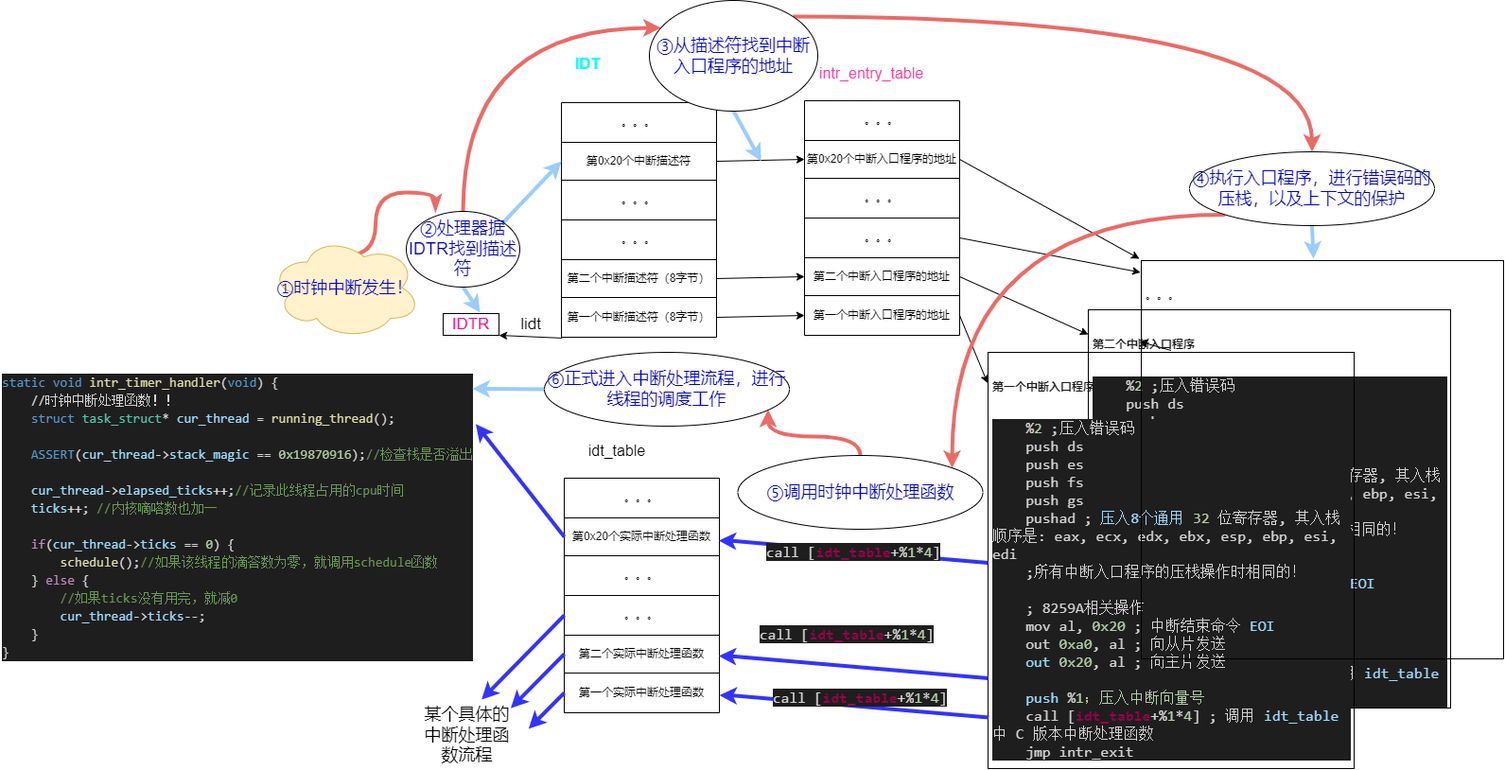
The draw.io diagram OS/中断.drawio.png in SixPlusAndTimes/drawio, before a commit. Source tidied: cells renumbered, new cells last; positions are measured from the earlier drawing's top-left corner, leaving out a move shared by most shapes.
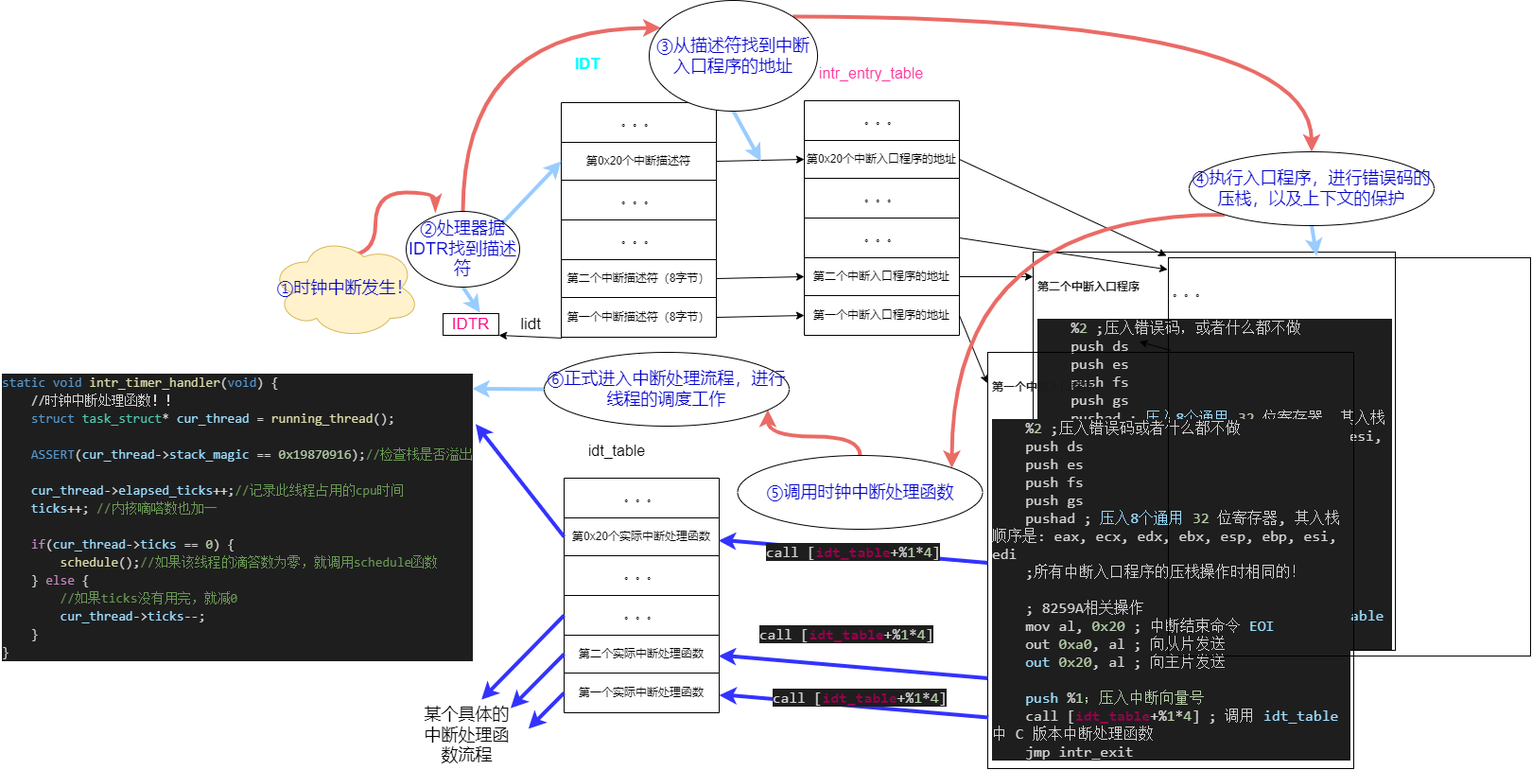
After the commit.

What changed in the source:
```diff
@@ -2,8 +2,8 @@
   <root>
     <mxCell id="0" />
     <mxCell id="1" parent="0" />
-    <mxCell id="2" value="&lt;h1 style=&quot;&quot;&gt;&lt;font color=&quot;#1a1a1a&quot; style=&quot;font-size: 11px;&quot;&gt;第二个中断入口程序&lt;/font&gt;&lt;/h1&gt;&lt;div style=&quot;color: rgb(212, 212, 212); background-color: rgb(30, 30, 30); font-family: Consolas, &amp;quot;Courier New&amp;quot;, monospace; line-height: 19px;&quot;&gt;&lt;div style=&quot;&quot;&gt;&lt;font size=&quot;3&quot; style=&quot;&quot;&gt;&lt;span style=&quot;&quot;&gt;&amp;nbsp; &amp;nbsp; %&lt;/span&gt;&lt;span style=&quot;color: rgb(181, 206, 168);&quot;&gt;2&lt;/span&gt;&lt;span style=&quot;&quot;&gt; ;压入错误码&lt;/span&gt;&lt;/font&gt;&lt;/div&gt;&lt;div style=&quot;&quot;&gt;&lt;font size=&quot;3&quot; style=&quot;&quot;&gt;&amp;nbsp; &amp;nbsp; push ds&lt;br&gt;&lt;/font&gt;&lt;/div&gt;&lt;div style=&quot;&quot;&gt;&lt;font size=&quot;3&quot; style=&quot;&quot;&gt;&amp;nbsp; &amp;nbsp; push es&lt;/font&gt;&lt;/div&gt;&lt;div style=&quot;&quot;&gt;&lt;font size=&quot;3&quot; style=&quot;&quot;&gt;&amp;nbsp; &amp;nbsp; push fs&lt;/font&gt;&lt;/div&gt;&lt;div style=&quot;&quot;&gt;&lt;font size=&quot;3&quot; style=&quot;&quot;&gt;&amp;nbsp; &amp;nbsp; push gs&lt;/font&gt;&lt;/div&gt;&lt;div style=&quot;&quot;&gt;&lt;font size=&quot;3&quot; style=&quot;&quot;&gt;&amp;nbsp; &amp;nbsp; pushad ; &lt;span style=&quot;color: #9cdcfe;&quot;&gt;压入8个通用&lt;/span&gt; &lt;span style=&quot;color: #b5cea8;&quot;&gt;32&lt;/span&gt; 位寄存器, 其入栈顺序是: eax, ecx, edx, ebx, esp, ebp, esi, edi&lt;/font&gt;&lt;/div&gt;&lt;div style=&quot;&quot;&gt;&amp;nbsp; &amp;nbsp; ;所有中断入口程序的压栈操作时相同的！&lt;/div&gt;&lt;font size=&quot;3&quot; style=&quot;&quot;&gt;&lt;br&gt;&lt;/font&gt;&lt;div style=&quot;&quot;&gt;&lt;font size=&quot;3&quot; style=&quot;&quot;&gt;&amp;nbsp; &amp;nbsp; ; 8259A相关操作&lt;/font&gt;&lt;/div&gt;&lt;div style=&quot;&quot;&gt;&lt;font size=&quot;3&quot; style=&quot;&quot;&gt;&amp;nbsp; &amp;nbsp; mov al, &lt;span style=&quot;color: #b5cea8;&quot;&gt;0x20&lt;/span&gt; ; 中断结束命令 &lt;span style=&quot;color: #9cdcfe;&quot;&gt;EOI&lt;/span&gt;&lt;/font&gt;&lt;/div&gt;&lt;div style=&quot;&quot;&gt;&lt;font size=&quot;3&quot; style=&quot;&quot;&gt;&amp;nbsp; &amp;nbsp; out &lt;span style=&quot;color: #b5cea8;&quot;&gt;0xa0&lt;/span&gt;, al ; 向从片发送&lt;/font&gt;&lt;/div&gt;&lt;div style=&quot;&quot;&gt;&lt;font size=&quot;3&quot; style=&quot;&quot;&gt;&amp;nbsp; &amp;nbsp; &lt;span style=&quot;color: #9cdcfe;&quot;&gt;out&lt;/span&gt; &lt;span style=&quot;color: #b5cea8;&quot;&gt;0x20&lt;/span&gt;, al ; 向主片发送&lt;/font&gt;&lt;/div&gt;&lt;font size=&quot;3&quot; style=&quot;&quot;&gt;&lt;br&gt;&lt;/font&gt;&lt;div style=&quot;&quot;&gt;&lt;font size=&quot;3&quot; style=&quot;&quot;&gt;&amp;nbsp; &amp;nbsp; &lt;span style=&quot;color: #9cdcfe;&quot;&gt;push&lt;/span&gt; %&lt;span style=&quot;color: #b5cea8;&quot;&gt;1；压入中断向量号&lt;/span&gt;&lt;/font&gt;&lt;/div&gt;&lt;div style=&quot;&quot;&gt;&lt;font size=&quot;3&quot; style=&quot;&quot;&gt;&amp;nbsp; &amp;nbsp; call [idt_table+%&lt;span style=&quot;color: #b5cea8;&quot;&gt;1&lt;/span&gt;*&lt;span style=&quot;color: #b5cea8;&quot;&gt;4&lt;/span&gt;] ; 调用 &lt;span style=&quot;color: #9cdcfe;&quot;&gt;idt_table&lt;/span&gt; 中 C 版本中断处理函数&lt;/font&gt;&lt;/div&gt;&lt;div style=&quot;&quot;&gt;&lt;font size=&quot;3&quot; style=&quot;&quot;&gt;&amp;nbsp; &amp;nbsp; jmp intr_exit&lt;/font&gt;&lt;/div&gt;&lt;/div&gt;" style="text;html=1;strokeColor=default;fillColor=none;spacing=5;spacingTop=-20;whiteSpace=wrap;overflow=hidden;rounded=0;fontSize=16;fontColor=#FF3399;perimeterSpacing=2;strokeWidth=1;" parent="1" vertex="1">
-      <mxGeometry x="1150" y="327" width="383" height="421" as="geometry" />
+    <mxCell id="2" value="&lt;h1 style=&quot;&quot;&gt;&lt;font color=&quot;#1a1a1a&quot; style=&quot;font-size: 11px;&quot;&gt;第二个中断入口程序&lt;/font&gt;&lt;/h1&gt;&lt;div style=&quot;color: rgb(212, 212, 212); background-color: rgb(30, 30, 30); font-family: Consolas, &amp;quot;Courier New&amp;quot;, monospace; line-height: 19px;&quot;&gt;&lt;div style=&quot;&quot;&gt;&lt;font size=&quot;3&quot; style=&quot;&quot;&gt;&lt;span style=&quot;&quot;&gt;&amp;nbsp; &amp;nbsp; %&lt;/span&gt;&lt;span style=&quot;color: rgb(181, 206, 168);&quot;&gt;2&lt;/span&gt;&lt;span style=&quot;&quot;&gt; ;压入错误码，或者什么都不做&lt;/span&gt;&lt;/font&gt;&lt;/div&gt;&lt;div style=&quot;&quot;&gt;&lt;font size=&quot;3&quot; style=&quot;&quot;&gt;&amp;nbsp; &amp;nbsp; push ds&lt;br&gt;&lt;/font&gt;&lt;/div&gt;&lt;div style=&quot;&quot;&gt;&lt;font size=&quot;3&quot; style=&quot;&quot;&gt;&amp;nbsp; &amp;nbsp; push es&lt;/font&gt;&lt;/div&gt;&lt;div style=&quot;&quot;&gt;&lt;font size=&quot;3&quot; style=&quot;&quot;&gt;&amp;nbsp; &amp;nbsp; push fs&lt;/font&gt;&lt;/div&gt;&lt;div style=&quot;&quot;&gt;&lt;font size=&quot;3&quot; style=&quot;&quot;&gt;&amp;nbsp; &amp;nbsp; push gs&lt;/font&gt;&lt;/div&gt;&lt;div style=&quot;&quot;&gt;&lt;font size=&quot;3&quot; style=&quot;&quot;&gt;&amp;nbsp; &amp;nbsp; pushad ; &lt;span style=&quot;color: #9cdcfe;&quot;&gt;压入8个通用&lt;/span&gt; &lt;span style=&quot;color: #b5cea8;&quot;&gt;32&lt;/span&gt; 位寄存器, 其入栈顺序是: eax, ecx, edx, ebx, esp, ebp, esi, edi&lt;/font&gt;&lt;/div&gt;&lt;div style=&quot;&quot;&gt;&amp;nbsp; &amp;nbsp; ;所有中断入口程序的压栈操作时相同的！&lt;/div&gt;&lt;font size=&quot;3&quot; style=&quot;&quot;&gt;&lt;br&gt;&lt;/font&gt;&lt;div style=&quot;&quot;&gt;&lt;font size=&quot;3&quot; style=&quot;&quot;&gt;&amp;nbsp; &amp;nbsp; ; 8259A相关操作&lt;/font&gt;&lt;/div&gt;&lt;div style=&quot;&quot;&gt;&lt;font size=&quot;3&quot; style=&quot;&quot;&gt;&amp;nbsp; &amp;nbsp; mov al, &lt;span style=&quot;color: #b5cea8;&quot;&gt;0x20&lt;/span&gt; ; 中断结束命令 &lt;span style=&quot;color: #9cdcfe;&quot;&gt;EOI&lt;/span&gt;&lt;/font&gt;&lt;/div&gt;&lt;div style=&quot;&quot;&gt;&lt;font size=&quot;3&quot; style=&quot;&quot;&gt;&amp;nbsp; &amp;nbsp; out &lt;span style=&quot;color: #b5cea8;&quot;&gt;0xa0&lt;/span&gt;, al ; 向从片发送&lt;/font&gt;&lt;/div&gt;&lt;div style=&quot;&quot;&gt;&lt;font size=&quot;3&quot; style=&quot;&quot;&gt;&amp;nbsp; &amp;nbsp; &lt;span style=&quot;color: #9cdcfe;&quot;&gt;out&lt;/span&gt; &lt;span style=&quot;color: #b5cea8;&quot;&gt;0x20&lt;/span&gt;, al ; 向主片发送&lt;/font&gt;&lt;/div&gt;&lt;font size=&quot;3&quot; style=&quot;&quot;&gt;&lt;br&gt;&lt;/font&gt;&lt;div style=&quot;&quot;&gt;&lt;font size=&quot;3&quot; style=&quot;&quot;&gt;&amp;nbsp; &amp;nbsp; &lt;span style=&quot;color: #9cdcfe;&quot;&gt;push&lt;/span&gt; %&lt;span style=&quot;color: #b5cea8;&quot;&gt;1；压入中断向量号&lt;/span&gt;&lt;/font&gt;&lt;/div&gt;&lt;div style=&quot;&quot;&gt;&lt;font size=&quot;3&quot; style=&quot;&quot;&gt;&amp;nbsp; &amp;nbsp; call [idt_table+%&lt;span style=&quot;color: #b5cea8;&quot;&gt;1&lt;/span&gt;*&lt;span style=&quot;color: #b5cea8;&quot;&gt;4&lt;/span&gt;] ; 调用 &lt;span style=&quot;color: #9cdcfe;&quot;&gt;idt_table&lt;/span&gt; 中 C 版本中断处理函数&lt;/font&gt;&lt;/div&gt;&lt;div style=&quot;&quot;&gt;&lt;font size=&quot;3&quot; style=&quot;&quot;&gt;&amp;nbsp; &amp;nbsp; jmp intr_exit；&lt;/font&gt;&lt;/div&gt;&lt;/div&gt;" style="text;html=1;strokeColor=default;fillColor=none;spacing=5;spacingTop=-20;whiteSpace=wrap;overflow=hidden;rounded=0;fontSize=16;fontColor=#FF3399;perimeterSpacing=2;strokeWidth=1;" parent="1" vertex="1">
+      <mxGeometry x="1092" y="266" width="383" height="421" as="geometry" />
     </mxCell>
     <mxCell id="3" style="shape=table;startSize=0;" parent="1" vertex="1">
       <mxGeometry x="593" y="108" width="164" height="248" as="geometry" />
@@ -104,7 +104,7 @@
     <mxCell id="35" style="edgeStyle=none;rounded=0;jettySize=auto;html=1;exitX=1;exitY=0.5;exitDx=0;exitDy=0;entryX=0;entryY=0.5;entryDx=0;entryDy=0;fontSize=16;fontColor=#FF3399;" parent="1" edge="1" source="12" target="29">
       <mxGeometry relative="1" as="geometry" />
     </mxCell>
-    <mxCell id="36" value="&lt;h1 style=&quot;&quot;&gt;&lt;font color=&quot;#1a1a1a&quot; style=&quot;font-size: 11px;&quot;&gt;第一个中断入口程序&lt;/font&gt;&lt;/h1&gt;&lt;div style=&quot;background-color: rgb(30, 30, 30); font-family: Consolas, &amp;quot;Courier New&amp;quot;, monospace; line-height: 19px;&quot;&gt;&lt;div style=&quot;color: rgb(212, 212, 212);&quot;&gt;&lt;font size=&quot;3&quot; style=&quot;&quot;&gt;&lt;span style=&quot;&quot;&gt;&amp;nbsp; &amp;nbsp; %&lt;/span&gt;&lt;span style=&quot;color: rgb(181, 206, 168);&quot;&gt;2&lt;/span&gt;&lt;span style=&quot;&quot;&gt; ;压入错误码&lt;/span&gt;&lt;/font&gt;&lt;/div&gt;&lt;div style=&quot;color: rgb(212, 212, 212);&quot;&gt;&lt;font size=&quot;3&quot; style=&quot;&quot;&gt;&amp;nbsp; &amp;nbsp; push ds&lt;br&gt;&lt;/font&gt;&lt;/div&gt;&lt;div style=&quot;color: rgb(212, 212, 212);&quot;&gt;&lt;font size=&quot;3&quot; style=&quot;&quot;&gt;&amp;nbsp; &amp;nbsp; push es&lt;/font&gt;&lt;/div&gt;&lt;div style=&quot;color: rgb(212, 212, 212);&quot;&gt;&lt;font size=&quot;3&quot; style=&quot;&quot;&gt;&amp;nbsp; &amp;nbsp; push fs&lt;/font&gt;&lt;/div&gt;&lt;div style=&quot;color: rgb(212, 212, 212);&quot;&gt;&lt;font size=&quot;3&quot; style=&quot;&quot;&gt;&amp;nbsp; &amp;nbsp; push gs&lt;/font&gt;&lt;/div&gt;&lt;div style=&quot;color: rgb(212, 212, 212);&quot;&gt;&lt;font size=&quot;3&quot; style=&quot;&quot;&gt;&amp;nbsp; &amp;nbsp; pushad ; &lt;span style=&quot;color: #9cdcfe;&quot;&gt;压入8个通用&lt;/span&gt; &lt;span style=&quot;color: #b5cea8;&quot;&gt;32&lt;/span&gt; 位寄存器, 其入栈顺序是: eax, ecx, edx, ebx, esp, ebp, esi, edi&lt;/font&gt;&lt;/div&gt;&lt;div style=&quot;color: rgb(212, 212, 212);&quot;&gt;&amp;nbsp; &amp;nbsp; ;所有中断入口程序的压栈操作时相同的！&lt;/div&gt;&lt;font size=&quot;3&quot; style=&quot;color: rgb(212, 212, 212);&quot;&gt;&lt;br&gt;&lt;/font&gt;&lt;div style=&quot;color: rgb(212, 212, 212);&quot;&gt;&lt;font size=&quot;3&quot; style=&quot;&quot;&gt;&amp;nbsp; &amp;nbsp; ; 8259A相关操作&lt;/font&gt;&lt;/div&gt;&lt;div style=&quot;color: rgb(212, 212, 212);&quot;&gt;&lt;font size=&quot;3&quot; style=&quot;&quot;&gt;&amp;nbsp; &amp;nbsp; mov al, &lt;span style=&quot;color: #b5cea8;&quot;&gt;0x20&lt;/span&gt; ; 中断结束命令 &lt;span style=&quot;color: #9cdcfe;&quot;&gt;EOI&lt;/span&gt;&lt;/font&gt;&lt;/div&gt;&lt;div style=&quot;color: rgb(212, 212, 212);&quot;&gt;&lt;font size=&quot;3&quot; style=&quot;&quot;&gt;&amp;nbsp; &amp;nbsp; out &lt;span style=&quot;color: #b5cea8;&quot;&gt;0xa0&lt;/span&gt;, al ; 向从片发送&lt;/font&gt;&lt;/div&gt;&lt;div style=&quot;color: rgb(212, 212, 212);&quot;&gt;&lt;font size=&quot;3&quot; style=&quot;&quot;&gt;&amp;nbsp; &amp;nbsp; &lt;span style=&quot;color: #9cdcfe;&quot;&gt;out&lt;/span&gt; &lt;span style=&quot;color: #b5cea8;&quot;&gt;0x20&lt;/span&gt;, al ; 向主片发送&lt;/font&gt;&lt;/div&gt;&lt;font size=&quot;3&quot; style=&quot;color: rgb(212, 212, 212);&quot;&gt;&lt;br&gt;&lt;/font&gt;&lt;div style=&quot;color: rgb(212, 212, 212);&quot;&gt;&lt;font size=&quot;3&quot; style=&quot;&quot;&gt;&amp;nbsp; &amp;nbsp; &lt;span style=&quot;color: #9cdcfe;&quot;&gt;push&lt;/span&gt; %&lt;span style=&quot;color: #b5cea8;&quot;&gt;1；压入中断向量号&lt;/span&gt;&lt;/font&gt;&lt;/div&gt;&lt;div style=&quot;&quot;&gt;&lt;font size=&quot;3&quot; style=&quot;&quot;&gt;&lt;font color=&quot;#d4d4d4&quot;&gt;&amp;nbsp; &amp;nbsp; call [&lt;/font&gt;&lt;b style=&quot;&quot;&gt;&lt;font color=&quot;#99004d&quot;&gt;idt_table&lt;/font&gt;&lt;/b&gt;&lt;font color=&quot;#d4d4d4&quot;&gt;+%&lt;/font&gt;&lt;span style=&quot;color: rgb(181, 206, 168);&quot;&gt;1&lt;/span&gt;&lt;font color=&quot;#d4d4d4&quot;&gt;*&lt;/font&gt;&lt;span style=&quot;color: rgb(181, 206, 168);&quot;&gt;4&lt;/span&gt;&lt;font color=&quot;#d4d4d4&quot;&gt;] ; 调用 &lt;/font&gt;&lt;span style=&quot;color: rgb(156, 220, 254);&quot;&gt;idt_table&lt;/span&gt;&lt;font color=&quot;#d4d4d4&quot;&gt; 中 C 版本中断处理函数&lt;/font&gt;&lt;/font&gt;&lt;/div&gt;&lt;div style=&quot;color: rgb(212, 212, 212);&quot;&gt;&lt;font size=&quot;3&quot; style=&quot;&quot;&gt;&amp;nbsp; &amp;nbsp; jmp intr_exit&lt;/font&gt;&lt;/div&gt;&lt;/div&gt;" style="text;html=1;strokeColor=default;fillColor=none;spacing=5;spacingTop=-20;whiteSpace=wrap;overflow=hidden;rounded=0;fontSize=16;fontColor=#FF3399;perimeterSpacing=2;strokeWidth=1;" parent="1" vertex="1">
+    <mxCell id="36" value="&lt;h1 style=&quot;&quot;&gt;&lt;font color=&quot;#1a1a1a&quot; style=&quot;font-size: 11px;&quot;&gt;第一个中断入口程序&lt;/font&gt;&lt;/h1&gt;&lt;div style=&quot;background-color: rgb(30, 30, 30); font-family: Consolas, &amp;quot;Courier New&amp;quot;, monospace; line-height: 19px;&quot;&gt;&lt;div style=&quot;color: rgb(212, 212, 212);&quot;&gt;&lt;font size=&quot;3&quot; style=&quot;&quot;&gt;&lt;span style=&quot;&quot;&gt;&amp;nbsp; &amp;nbsp; %&lt;/span&gt;&lt;span style=&quot;color: rgb(181, 206, 168);&quot;&gt;2&lt;/span&gt;&lt;span style=&quot;&quot;&gt; ;压入错误码或者什么都不做&lt;/span&gt;&lt;/font&gt;&lt;/div&gt;&lt;div style=&quot;color: rgb(212, 212, 212);&quot;&gt;&lt;font size=&quot;3&quot; style=&quot;&quot;&gt;&amp;nbsp; &amp;nbsp; push ds&lt;br&gt;&lt;/font&gt;&lt;/div&gt;&lt;div style=&quot;color: rgb(212, 212, 212);&quot;&gt;&lt;font size=&quot;3&quot; style=&quot;&quot;&gt;&amp;nbsp; &amp;nbsp; push es&lt;/font&gt;&lt;/div&gt;&lt;div style=&quot;color: rgb(212, 212, 212);&quot;&gt;&lt;font size=&quot;3&quot; style=&quot;&quot;&gt;&amp;nbsp; &amp;nbsp; push fs&lt;/font&gt;&lt;/div&gt;&lt;div style=&quot;color: rgb(212, 212, 212);&quot;&gt;&lt;font size=&quot;3&quot; style=&quot;&quot;&gt;&amp;nbsp; &amp;nbsp; push gs&lt;/font&gt;&lt;/div&gt;&lt;div style=&quot;color: rgb(212, 212, 212);&quot;&gt;&lt;font size=&quot;3&quot; style=&quot;&quot;&gt;&amp;nbsp; &amp;nbsp; pushad ; &lt;span style=&quot;color: #9cdcfe;&quot;&gt;压入8个通用&lt;/span&gt; &lt;span style=&quot;color: #b5cea8;&quot;&gt;32&lt;/span&gt; 位寄存器, 其入栈顺序是: eax, ecx, edx, ebx, esp, ebp, esi, edi&lt;/font&gt;&lt;/div&gt;&lt;div style=&quot;color: rgb(212, 212, 212);&quot;&gt;&amp;nbsp; &amp;nbsp; ;所有中断入口程序的压栈操作时相同的！&lt;/div&gt;&lt;font size=&quot;3&quot; style=&quot;color: rgb(212, 212, 212);&quot;&gt;&lt;br&gt;&lt;/font&gt;&lt;div style=&quot;color: rgb(212, 212, 212);&quot;&gt;&lt;font size=&quot;3&quot; style=&quot;&quot;&gt;&amp;nbsp; &amp;nbsp; ; 8259A相关操作&lt;/font&gt;&lt;/div&gt;&lt;div style=&quot;color: rgb(212, 212, 212);&quot;&gt;&lt;font size=&quot;3&quot; style=&quot;&quot;&gt;&amp;nbsp; &amp;nbsp; mov al, &lt;span style=&quot;color: #b5cea8;&quot;&gt;0x20&lt;/span&gt; ; 中断结束命令 &lt;span style=&quot;color: #9cdcfe;&quot;&gt;EOI&lt;/span&gt;&lt;/font&gt;&lt;/div&gt;&lt;div style=&quot;color: rgb(212, 212, 212);&quot;&gt;&lt;font size=&quot;3&quot; style=&quot;&quot;&gt;&amp;nbsp; &amp;nbsp; out &lt;span style=&quot;color: #b5cea8;&quot;&gt;0xa0&lt;/span&gt;, al ; 向从片发送&lt;/font&gt;&lt;/div&gt;&lt;div style=&quot;color: rgb(212, 212, 212);&quot;&gt;&lt;font size=&quot;3&quot; style=&quot;&quot;&gt;&amp;nbsp; &amp;nbsp; &lt;span style=&quot;color: #9cdcfe;&quot;&gt;out&lt;/span&gt; &lt;span style=&quot;color: #b5cea8;&quot;&gt;0x20&lt;/span&gt;, al ; 向主片发送&lt;/font&gt;&lt;/div&gt;&lt;font size=&quot;3&quot; style=&quot;color: rgb(212, 212, 212);&quot;&gt;&lt;br&gt;&lt;/font&gt;&lt;div style=&quot;color: rgb(212, 212, 212);&quot;&gt;&lt;font size=&quot;3&quot; style=&quot;&quot;&gt;&amp;nbsp; &amp;nbsp; &lt;span style=&quot;color: #9cdcfe;&quot;&gt;push&lt;/span&gt; %&lt;span style=&quot;color: #b5cea8;&quot;&gt;1；压入中断向量号&lt;/span&gt;&lt;/font&gt;&lt;/div&gt;&lt;div style=&quot;&quot;&gt;&lt;font size=&quot;3&quot; style=&quot;&quot;&gt;&lt;font color=&quot;#d4d4d4&quot;&gt;&amp;nbsp; &amp;nbsp; call [&lt;/font&gt;&lt;b style=&quot;&quot;&gt;&lt;font color=&quot;#99004d&quot;&gt;idt_table&lt;/font&gt;&lt;/b&gt;&lt;font color=&quot;#d4d4d4&quot;&gt;+%&lt;/font&gt;&lt;span style=&quot;color: rgb(181, 206, 168);&quot;&gt;1&lt;/span&gt;&lt;font color=&quot;#d4d4d4&quot;&gt;*&lt;/font&gt;&lt;span style=&quot;color: rgb(181, 206, 168);&quot;&gt;4&lt;/span&gt;&lt;font color=&quot;#d4d4d4&quot;&gt;] ; 调用 &lt;/font&gt;&lt;span style=&quot;color: rgb(156, 220, 254);&quot;&gt;idt_table&lt;/span&gt;&lt;font color=&quot;#d4d4d4&quot;&gt; 中 C 版本中断处理函数&lt;/font&gt;&lt;/font&gt;&lt;/div&gt;&lt;div style=&quot;color: rgb(212, 212, 212);&quot;&gt;&lt;font size=&quot;3&quot; style=&quot;&quot;&gt;&amp;nbsp; &amp;nbsp; jmp intr_exit&lt;/font&gt;&lt;/div&gt;&lt;/div&gt;" style="text;html=1;strokeColor=default;fillColor=none;spacing=5;spacingTop=-20;whiteSpace=wrap;overflow=hidden;rounded=0;fontSize=16;fontColor=#FF3399;perimeterSpacing=2;strokeWidth=1;" parent="1" vertex="1">
       <mxGeometry x="1044" y="372" width="387" height="440" as="geometry" />
     </mxCell>
     <mxCell id="37" style="edgeStyle=none;rounded=0;orthogonalLoop=1;jettySize=auto;html=1;exitX=0.5;exitY=0;exitDx=0;exitDy=0;entryX=0.415;entryY=-0.021;entryDx=0;entryDy=0;entryPerimeter=0;fontSize=18;fontColor=#1A1A1A;" parent="1" edge="1" source="36" target="36">
@@ -114,7 +114,7 @@
       <mxGeometry relative="1" as="geometry" />
     </mxCell>
     <mxCell id="39" value="&lt;h1 style=&quot;&quot;&gt;&lt;font color=&quot;#1a1a1a&quot;&gt;&lt;span style=&quot;font-size: 11px;&quot;&gt;。。。&lt;/span&gt;&lt;/font&gt;&lt;/h1&gt;" style="text;html=1;strokeColor=default;fillColor=none;spacing=5;spacingTop=-20;whiteSpace=wrap;overflow=hidden;rounded=0;fontSize=16;fontColor=#FF3399;perimeterSpacing=2;strokeWidth=1;" parent="1" vertex="1">
-      <mxGeometry x="1206" y="275" width="383" height="421" as="geometry" />
+      <mxGeometry x="1235" y="272" width="383" height="421" as="geometry" />
     </mxCell>
     <mxCell id="40" style="edgeStyle=none;rounded=0;jettySize=auto;html=1;exitX=1;exitY=0.5;exitDx=0;exitDy=0;entryX=0.005;entryY=0.066;entryDx=0;entryDy=0;entryPerimeter=0;fontSize=11;fontColor=#1A1A1A;" parent="1" edge="1" source="29" target="2">
       <mxGeometry relative="1" as="geometry" />
```
